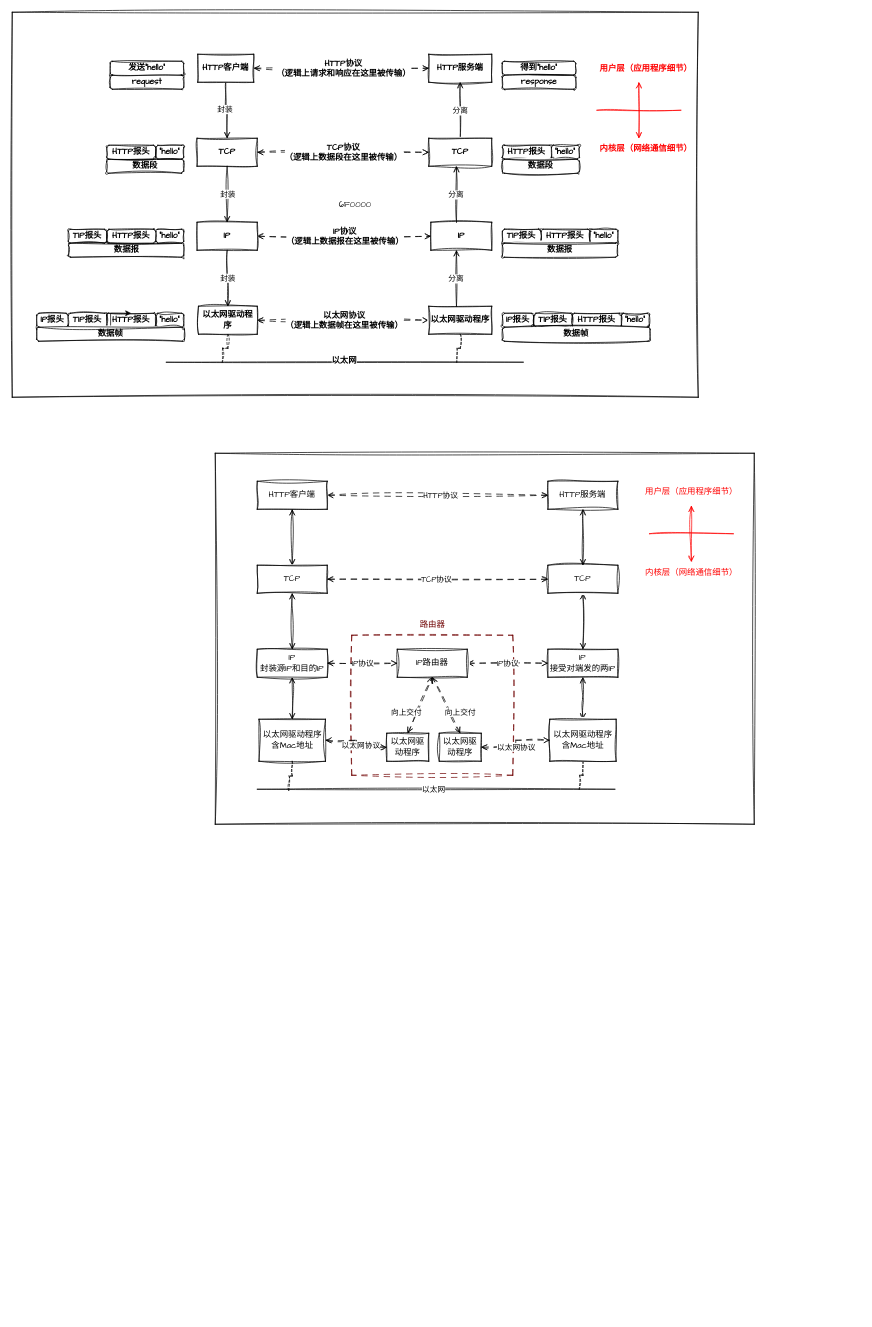
The draw.io diagram Computer_Networks_Note/网络绘图.drawio in xiaogithubooo/LimouLearnNote, before the edit. Source tidied: cells renumbered, new cells numbered last; positions are measured from the earlier drawing's top-left corner, leaving out a move shared by most shapes. Both pictures are drawn from the tidied source at 70%, with x=0, y=0 at pixel (12, 12).
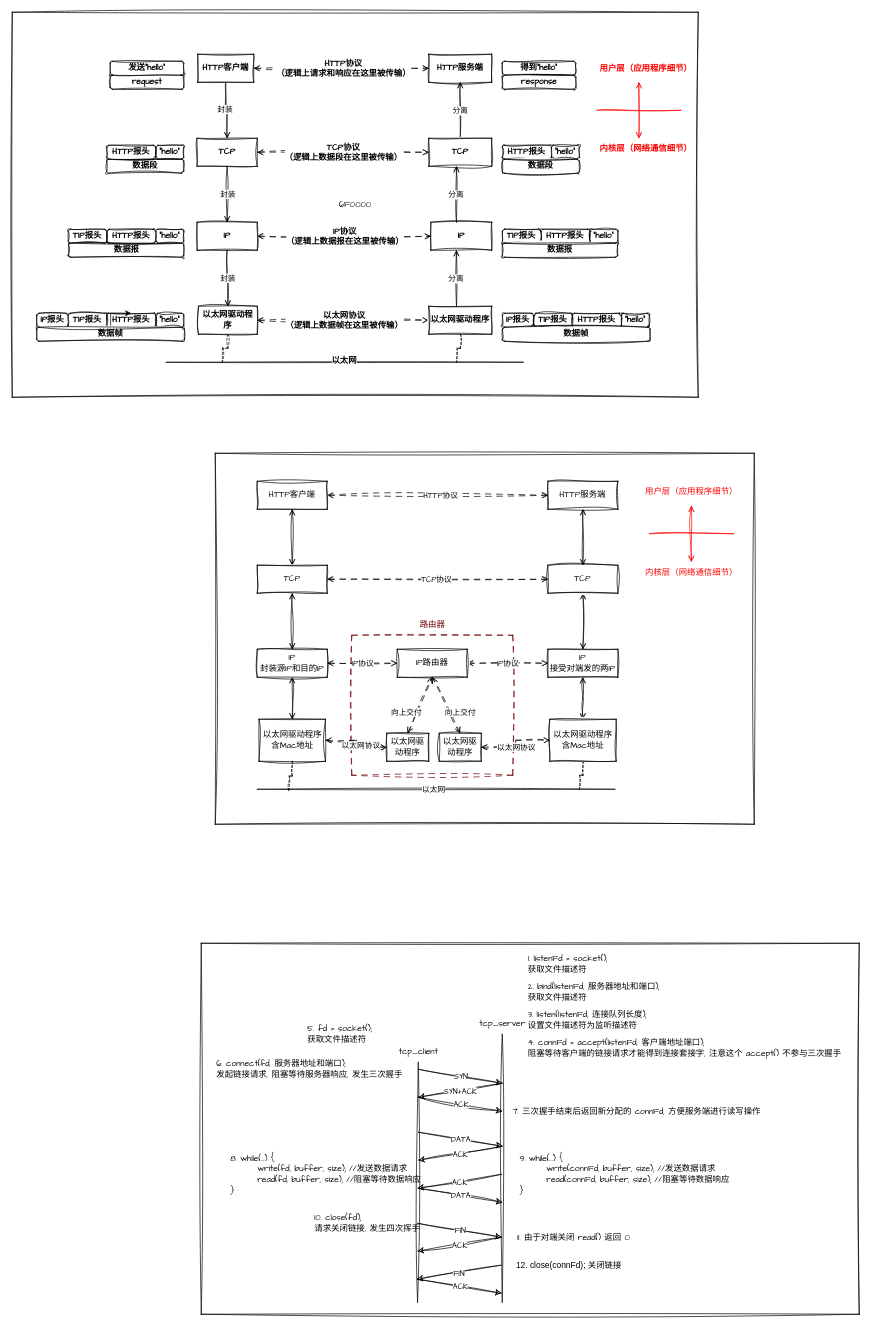
The same diagram, later.

The edit, as a diff of the source:
```diff
@@
+    <mxCell id="112" style="rounded=0;whiteSpace=wrap;html=1;sketch=1;curveFitting=1;jiggle=2;fontFamily=Comic Sans MS;fontColor=#000000;" parent="1" vertex="1">
+      <mxGeometry x="270" y="1330" width="940" height="530" as="geometry" />
+    </mxCell>
@@
+    <mxCell id="113" style="endArrow=none;html=1;rounded=0;sketch=1;curveFitting=1;jiggle=2;fontColor=#000000;" parent="1" edge="1">
+      <mxGeometry relative="1" as="geometry">
+        <mxPoint x="579" y="1843" as="sourcePoint" />
+        <mxPoint x="580" y="1500" as="targetPoint" />
+      </mxGeometry>
+    </mxCell>
+    <mxCell id="114" style="endArrow=none;html=1;rounded=0;sketch=1;curveFitting=1;jiggle=2;fontColor=#000000;" parent="1" edge="1">
+      <mxGeometry relative="1" as="geometry">
+        <mxPoint x="700" y="1843" as="sourcePoint" />
+        <mxPoint x="700" y="1460" as="targetPoint" />
+      </mxGeometry>
+    </mxCell>
+    <mxCell id="115" style="edgeStyle=none;orthogonalLoop=1;jettySize=auto;html=1;rounded=0;sketch=1;curveFitting=1;jiggle=2;fontColor=#000000;" parent="1" edge="1">
+      <mxGeometry relative="1" as="geometry">
+        <mxPoint x="580" y="1510" as="sourcePoint" />
+        <mxPoint x="700" y="1530" as="targetPoint" />
+      </mxGeometry>
+    </mxCell>
+    <mxCell id="116" value="SYN" style="edgeLabel;html=1;align=center;verticalAlign=middle;fontFamily=Comic Sans MS;fontColor=#000000;" parent="115" vertex="1">
+      <mxGeometry y="1" relative="1" as="geometry" />
+    </mxCell>
+    <mxCell id="117" value="&lt;font face=&quot;Comic Sans MS&quot;&gt;tcp_server&lt;/font&gt;" style="text;html=1;align=center;verticalAlign=middle;strokeColor=none;fillColor=none;fontColor=#000000;" parent="1" vertex="1">
+      <mxGeometry x="655.2" y="1430" width="90" height="30" as="geometry" />
+    </mxCell>
+    <mxCell id="118" style="edgeStyle=none;orthogonalLoop=1;jettySize=auto;html=1;rounded=0;sketch=1;curveFitting=1;jiggle=2;fontColor=#000000;" parent="1" edge="1">
+      <mxGeometry relative="1" as="geometry">
+        <mxPoint x="700" y="1530" as="sourcePoint" />
+        <mxPoint x="580" y="1550" as="targetPoint" />
+      </mxGeometry>
+    </mxCell>
+    <mxCell id="119" value="SYN+ACK" style="edgeLabel;html=1;align=center;verticalAlign=middle;fontFamily=Comic Sans MS;fontColor=#000000;" parent="118" vertex="1">
+      <mxGeometry y="1" relative="1" as="geometry" />
+    </mxCell>
+    <mxCell id="120" style="edgeStyle=none;orthogonalLoop=1;jettySize=auto;html=1;rounded=0;sketch=1;curveFitting=1;jiggle=2;fontColor=#000000;" parent="1" edge="1">
+      <mxGeometry relative="1" as="geometry">
+        <mxPoint x="580" y="1550" as="sourcePoint" />
+        <mxPoint x="700" y="1570" as="targetPoint" />
+      </mxGeometry>
+    </mxCell>
+    <mxCell id="121" value="ACK" style="edgeLabel;html=1;align=center;verticalAlign=middle;fontFamily=Comic Sans MS;fontColor=#000000;" parent="120" vertex="1">
+      <mxGeometry y="1" relative="1" as="geometry" />
+    </mxCell>
+    <mxCell id="122" style="edgeStyle=none;orthogonalLoop=1;jettySize=auto;html=1;rounded=0;sketch=1;curveFitting=1;jiggle=2;fontColor=#000000;" parent="1" edge="1">
+      <mxGeometry relative="1" as="geometry">
+        <mxPoint x="580.2" y="1600" as="sourcePoint" />
+        <mxPoint x="700.2" y="1620" as="targetPoint" />
+      </mxGeometry>
+    </mxCell>
+    <mxCell id="123" value="DATA" style="edgeLabel;html=1;align=center;verticalAlign=middle;fontFamily=Comic Sans MS;fontColor=#000000;" parent="122" vertex="1">
+      <mxGeometry y="1" relative="1" as="geometry" />
+    </mxCell>
+    <mxCell id="124" style="edgeStyle=none;orthogonalLoop=1;jettySize=auto;html=1;rounded=0;sketch=1;curveFitting=1;jiggle=2;fontColor=#000000;" parent="1" edge="1">
+      <mxGeometry relative="1" as="geometry">
+        <mxPoint x="700" y="1620" as="sourcePoint" />
+        <mxPoint x="580" y="1640" as="targetPoint" />
+      </mxGeometry>
+    </mxCell>
+    <mxCell id="125" value="ACK" style="edgeLabel;html=1;align=center;verticalAlign=middle;fontFamily=Comic Sans MS;fontColor=#000000;" parent="124" vertex="1">
+      <mxGeometry y="1" relative="1" as="geometry" />
+    </mxCell>
+    <mxCell id="126" style="edgeStyle=none;orthogonalLoop=1;jettySize=auto;html=1;rounded=0;sketch=1;curveFitting=1;jiggle=2;fontColor=#000000;" parent="1" edge="1">
+      <mxGeometry relative="1" as="geometry">
+        <mxPoint x="699" y="1660" as="sourcePoint" />
+        <mxPoint x="579" y="1680" as="targetPoint" />
+      </mxGeometry>
+    </mxCell>
+    <mxCell id="127" value="ACK" style="edgeLabel;html=1;align=center;verticalAlign=middle;fontFamily=Comic Sans MS;fontColor=#000000;" parent="126" vertex="1">
+      <mxGeometry y="1" relative="1" as="geometry" />
+    </mxCell>
+    <mxCell id="128" style="edgeStyle=none;orthogonalLoop=1;jettySize=auto;html=1;rounded=0;sketch=1;curveFitting=1;jiggle=2;fontColor=#000000;" parent="1" edge="1">
+      <mxGeometry relative="1" as="geometry">
+        <mxPoint x="580.2" y="1680" as="sourcePoint" />
+        <mxPoint x="700.2" y="1700" as="targetPoint" />
+      </mxGeometry>
+    </mxCell>
+    <mxCell id="129" value="DATA" style="edgeLabel;html=1;align=center;verticalAlign=middle;fontFamily=Comic Sans MS;fontColor=#000000;" parent="128" vertex="1">
+      <mxGeometry y="1" relative="1" as="geometry" />
+    </mxCell>
+    <mxCell id="130" style="edgeStyle=none;orthogonalLoop=1;jettySize=auto;html=1;rounded=0;sketch=1;curveFitting=1;jiggle=2;fontColor=#000000;" parent="1" edge="1">
+      <mxGeometry relative="1" as="geometry">
+        <mxPoint x="579.1" y="1730" as="sourcePoint" />
+        <mxPoint x="699.1" y="1750" as="targetPoint" />
+      </mxGeometry>
+    </mxCell>
+    <mxCell id="131" value="FIN" style="edgeLabel;html=1;align=center;verticalAlign=middle;fontFamily=Comic Sans MS;fontColor=#000000;" parent="130" vertex="1">
+      <mxGeometry y="1" relative="1" as="geometry" />
+    </mxCell>
+    <mxCell id="132" style="edgeStyle=none;orthogonalLoop=1;jettySize=auto;html=1;rounded=0;sketch=1;curveFitting=1;jiggle=2;fontColor=#000000;" parent="1" edge="1">
+      <mxGeometry relative="1" as="geometry">
+        <mxPoint x="698.9" y="1750" as="sourcePoint" />
+        <mxPoint x="578.9" y="1770" as="targetPoint" />
+      </mxGeometry>
+    </mxCell>
+    <mxCell id="133" value="ACK" style="edgeLabel;html=1;align=center;verticalAlign=middle;fontFamily=Comic Sans MS;fontColor=#000000;" parent="132" vertex="1">
+      <mxGeometry y="1" relative="1" as="geometry" />
+    </mxCell>
+    <mxCell id="134" style="edgeStyle=none;orthogonalLoop=1;jettySize=auto;html=1;rounded=0;sketch=1;curveFitting=1;jiggle=2;fontColor=#000000;" parent="1" edge="1">
+      <mxGeometry relative="1" as="geometry">
+        <mxPoint x="697.9" y="1790" as="sourcePoint" />
+        <mxPoint x="577.9" y="1810" as="targetPoint" />
+      </mxGeometry>
+    </mxCell>
+    <mxCell id="135" value="FIN" style="edgeLabel;html=1;align=center;verticalAlign=middle;fontFamily=Comic Sans MS;fontColor=#000000;" parent="134" vertex="1">
+      <mxGeometry y="1" relative="1" as="geometry" />
+    </mxCell>
+    <mxCell id="136" style="edgeStyle=none;orthogonalLoop=1;jettySize=auto;html=1;rounded=0;sketch=1;curveFitting=1;jiggle=2;fontColor=#000000;" parent="1" edge="1">
+      <mxGeometry relative="1" as="geometry">
+        <mxPoint x="579.1" y="1810" as="sourcePoint" />
+        <mxPoint x="699.1" y="1830" as="targetPoint" />
+      </mxGeometry>
+    </mxCell>
+    <mxCell id="137" value="ACK" style="edgeLabel;html=1;align=center;verticalAlign=middle;fontFamily=Comic Sans MS;fontColor=#000000;" parent="136" vertex="1">
+      <mxGeometry y="1" relative="1" as="geometry" />
+    </mxCell>
+    <mxCell id="138" value="&lt;font face=&quot;Comic Sans MS&quot;&gt;tcp_client&lt;/font&gt;" style="text;html=1;align=center;verticalAlign=middle;strokeColor=none;fillColor=none;fontColor=#000000;" parent="1" vertex="1">
+      <mxGeometry x="540" y="1470" width="80" height="30" as="geometry" />
+    </mxCell>
+    <mxCell id="139" value="&lt;font face=&quot;Comic Sans MS&quot;&gt;1. listenFd = socket(); &lt;br&gt;获取文件描述符&lt;/font&gt;" style="text;html=1;align=left;verticalAlign=middle;strokeColor=none;fillColor=none;fontColor=#000000;" parent="1" vertex="1">
+      <mxGeometry x="735.2" y="1340" width="140" height="40" as="geometry" />
+    </mxCell>
+    <mxCell id="140" value="&lt;font face=&quot;Comic Sans MS&quot;&gt;2. bind(listenFd, 服务器地址和端口); &lt;br&gt;获取文件描述符&lt;/font&gt;" style="text;html=1;align=left;verticalAlign=middle;strokeColor=none;fillColor=none;fontColor=#000000;" parent="1" vertex="1">
+      <mxGeometry x="735.2" y="1380" width="220" height="40" as="geometry" />
+    </mxCell>
+    <mxCell id="141" value="&lt;font face=&quot;Comic Sans MS&quot;&gt;3. listen(listenFd, 连接队列长度); &lt;br&gt;设置文件描述符为监听描述符&lt;/font&gt;" style="text;html=1;align=left;verticalAlign=middle;strokeColor=none;fillColor=none;fontColor=#000000;" parent="1" vertex="1">
+      <mxGeometry x="735.2" y="1420" width="210" height="40" as="geometry" />
+    </mxCell>
+    <mxCell id="142" value="&lt;font face=&quot;Comic Sans MS&quot;&gt;4. connFd = accept(listenFd, 客户端地址端口); &lt;br&gt;阻塞等待客户端的链接请求才能得到连接套接字, 注意这个 accept() 不参与三次握手&lt;/font&gt;" style="text;html=1;align=left;verticalAlign=middle;strokeColor=none;fillColor=none;fontColor=#000000;" parent="1" vertex="1">
+      <mxGeometry x="735" y="1460" width="470" height="40" as="geometry" />
+    </mxCell>
+    <mxCell id="143" value="&lt;font face=&quot;Comic Sans MS&quot;&gt;5. fd = socket();&lt;br&gt;获取文件描述符&lt;br&gt;&lt;/font&gt;" style="text;html=1;align=left;verticalAlign=middle;strokeColor=none;fillColor=none;fontColor=#000000;" parent="1" vertex="1">
+      <mxGeometry x="420" y="1440" width="110" height="40" as="geometry" />
+    </mxCell>
+    <mxCell id="144" value="&lt;font face=&quot;Comic Sans MS&quot;&gt;6. connect(fd, 服务器地址和端口);&lt;br&gt;发起链接请求, 阻塞等待服务器响应, 发生三次握手&lt;br&gt;&lt;/font&gt;" style="text;html=1;align=left;verticalAlign=middle;strokeColor=none;fillColor=none;fontColor=#000000;" parent="1" vertex="1">
+      <mxGeometry x="290" y="1490" width="290" height="40" as="geometry" />
+    </mxCell>
+    <mxCell id="145" value="&lt;font face=&quot;Comic Sans MS&quot;&gt;7. 三次握手结束后返回新分配的 connFd, 方便服务端进行读写操作&lt;/font&gt;" style="text;html=1;align=left;verticalAlign=middle;strokeColor=none;fillColor=none;fontColor=#000000;" parent="1" vertex="1">
+      <mxGeometry x="713" y="1555" width="380" height="30" as="geometry" />
+    </mxCell>
+    <mxCell id="146" value="&lt;font face=&quot;Comic Sans MS&quot;&gt;8. while(...) {&lt;br&gt;&lt;span style=&quot;white-space: pre;&quot;&gt;&#9;&lt;/span&gt;write(fd, buffer, size); //发送数据请求&lt;br&gt;&lt;span style=&quot;white-space: pre;&quot;&gt;&#9;&lt;/span&gt;read(fd, buffer, size); //阻塞等待数据响应&lt;br&gt;}&lt;br&gt;&lt;/font&gt;" style="text;html=1;align=left;verticalAlign=middle;strokeColor=none;fillColor=none;fontColor=#000000;" parent="1" vertex="1">
+      <mxGeometry x="310" y="1620" width="290" height="80" as="geometry" />
+    </mxCell>
+    <mxCell id="147" value="&lt;font face=&quot;Comic Sans MS&quot;&gt;9. while(...) {&lt;br&gt;&lt;span style=&quot;white-space: pre;&quot;&gt;&#9;&lt;/span&gt;write(connFd, buffer, size); //发送数据请求&lt;br&gt;&lt;span style=&quot;white-space: pre;&quot;&gt;&#9;&lt;/span&gt;read(connFd, buffer, size); //阻塞等待数据响应&lt;br&gt;}&lt;br&gt;&lt;/font&gt;" style="text;html=1;align=left;verticalAlign=middle;strokeColor=none;fillColor=none;fontColor=#000000;" parent="1" vertex="1">
+      <mxGeometry x="723" y="1620" width="320" height="80" as="geometry" />
+    </mxCell>
+    <mxCell id="148" value="&lt;font face=&quot;Comic Sans MS&quot;&gt;10. close(fd); &lt;br&gt;请求关闭链接, 发生四次挥手&lt;br&gt;&lt;/font&gt;" style="text;html=1;align=left;verticalAlign=middle;strokeColor=none;fillColor=none;fontColor=#000000;" parent="1" vertex="1">
+      <mxGeometry x="430" y="1710" width="170" height="40" as="geometry" />
+    </mxCell>
+    <mxCell id="149" value="&lt;font face=&quot;Comic Sans MS&quot;&gt;11. 由于对端关闭 read() 返回 0&lt;br&gt;&lt;/font&gt;" style="text;html=1;align=left;verticalAlign=middle;strokeColor=none;fillColor=none;fontColor=#000000;" parent="1" vertex="1">
+      <mxGeometry x="720.2" y="1735" width="190" height="30" as="geometry" />
+    </mxCell>
+    <mxCell id="150" value="12. close(connFd); 关闭链接&lt;font face=&quot;Comic Sans MS&quot;&gt;&lt;br&gt;&lt;/font&gt;" style="text;html=1;align=left;verticalAlign=middle;strokeColor=none;fillColor=none;fontColor=#000000;" parent="1" vertex="1">
+      <mxGeometry x="718.2" y="1776" width="170" height="30" as="geometry" />
+    </mxCell>
```
